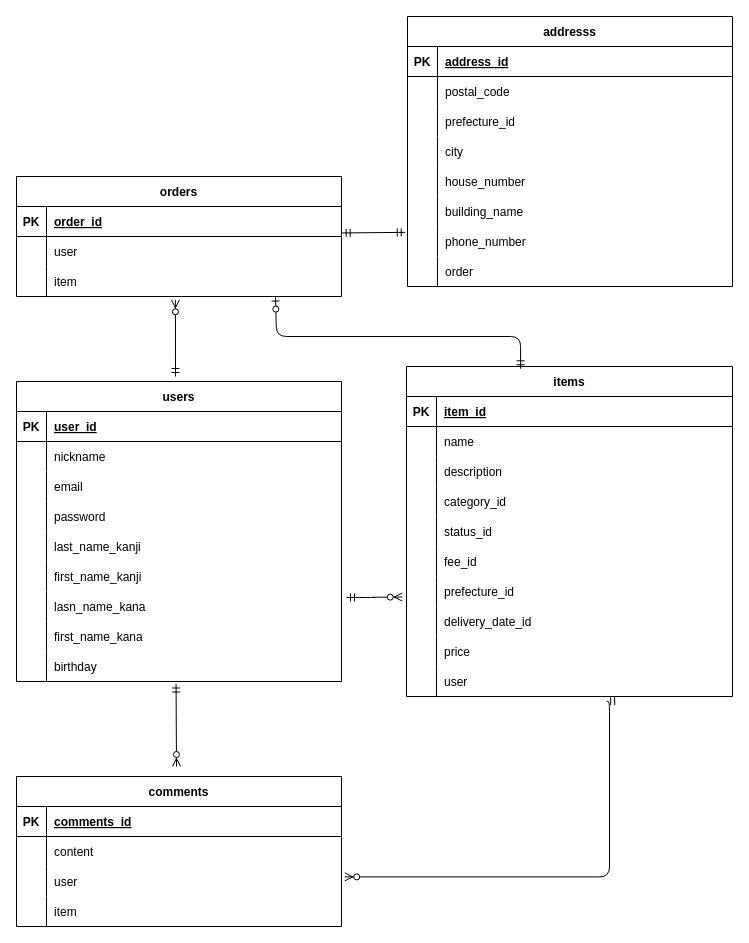
yuuuuki15/furima-38173 keeps this draw.io diagram as er.dio. Above is the earlier version. Source tidied: cells renumbered, new cells numbered last; positions are measured from the earlier drawing's top-left corner, leaving out a move shared by most shapes. Both pictures are drawn from the tidied source at 100%, with x=0, y=0 at pixel (16, 16).
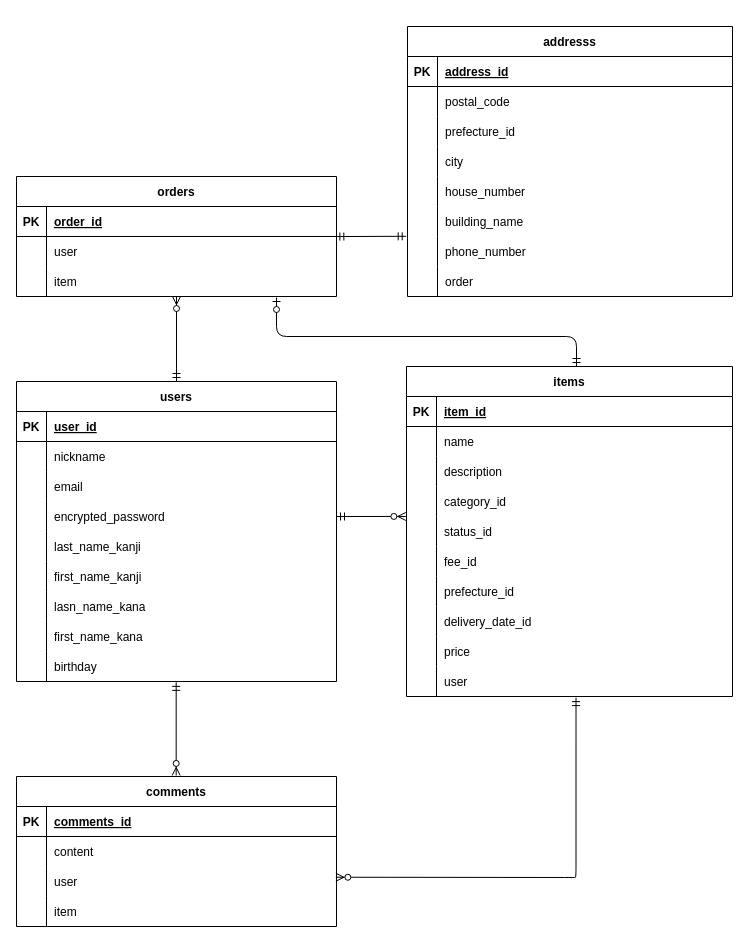
After the change.

Commit message:
レビューの修正3

Unchanged cells that the change refers to:
```xml
<mxCell id="30" value="items" style="shape=table;startSize=30;childLayout=tableLayout;rowLines=0;fontStyle=1;align=center;labelBorderColor=none;" parent="1" vertex="1">
  <mxGeometry x="390" y="350" width="326" height="330" as="geometry" />
</mxCell>
<mxCell id="40" style="shape=partialRectangle;fillColor=none;top=0;left=0;bottom=0;right=0;points=[[0,0.5],[1,0.5]];portConstraint=eastwest;labelBorderColor=none;" parent="30" vertex="1">
  <mxGeometry y="120" width="326" height="30" as="geometry" />
</mxCell>
<mxCell id="49" style="shape=partialRectangle;fillColor=none;top=0;left=0;bottom=0;right=0;points=[[0,0.5],[1,0.5]];portConstraint=eastwest;labelBorderColor=none;" parent="30" vertex="1">
  <mxGeometry y="210" width="326" height="30" as="geometry" />
</mxCell>
<mxCell id="58" style="shape=partialRectangle;fillColor=none;top=0;left=0;bottom=0;right=0;points=[[0,0.5],[1,0.5]];portConstraint=eastwest;labelBorderColor=none;" parent="30" vertex="1">
  <mxGeometry y="300" width="326" height="30" as="geometry" />
</mxCell>
<mxCell id="103" style="shape=partialRectangle;fillColor=none;top=0;left=0;bottom=0;right=0;points=[[0,0.5],[1,0.5]];portConstraint=eastwest;labelBorderColor=none;" parent="84" vertex="1">
  <mxGeometry y="210" width="325" height="30" as="geometry" />
</mxCell>
```

Change to the diagram source:
```diff
@@
     <mxCell id="2" value="users" style="shape=table;startSize=30;childLayout=tableLayout;rowLines=0;fontStyle=1;align=center;labelBorderColor=none;" parent="1" vertex="1">
-      <mxGeometry y="365" width="325" height="300" as="geometry" />
+      <mxGeometry y="365" width="320" height="300" as="geometry" />
     </mxCell>
     <mxCell id="3" style="shape=partialRectangle;fillColor=none;top=0;left=0;bottom=1;right=0;labelBorderColor=none;" parent="2" vertex="1">
-      <mxGeometry y="30" width="325" height="30" as="geometry" />
+      <mxGeometry y="30" width="320" height="30" as="geometry" />
     </mxCell>
@@
     <mxCell id="5" value="user_id" style="shape=partialRectangle;fillColor=none;top=0;left=0;bottom=0;right=0;align=left;spacingLeft=6;fontStyle=5;overflow=hidden;labelBorderColor=none;" parent="3" vertex="1">
-      <mxGeometry x="30" width="295" height="30" as="geometry" />
+      <mxGeometry x="30" width="290" height="30" as="geometry" />
     </mxCell>
     <mxCell id="6" style="shape=partialRectangle;fillColor=none;top=0;left=0;bottom=0;right=0;labelBorderColor=none;" parent="2" vertex="1">
-      <mxGeometry y="60" width="325" height="30" as="geometry" />
+      <mxGeometry y="60" width="320" height="30" as="geometry" />
     </mxCell>
@@
     <mxCell id="8" value="nickname " style="shape=partialRectangle;fillColor=none;top=0;left=0;bottom=0;right=0;align=left;spacingLeft=6;overflow=hidden;labelBorderColor=none;" parent="6" vertex="1">
-      <mxGeometry x="30" width="295" height="30" as="geometry" />
+      <mxGeometry x="30" width="290" height="30" as="geometry" />
     </mxCell>
     <mxCell id="9" style="shape=partialRectangle;fillColor=none;top=0;left=0;bottom=0;right=0;labelBorderColor=none;" parent="2" vertex="1">
-      <mxGeometry y="90" width="325" height="30" as="geometry" />
+      <mxGeometry y="90" width="320" height="30" as="geometry" />
     </mxCell>
@@
     <mxCell id="11" value="email" style="shape=partialRectangle;fillColor=none;top=0;left=0;bottom=0;right=0;align=left;spacingLeft=6;overflow=hidden;labelBorderColor=none;" parent="9" vertex="1">
-      <mxGeometry x="30" width="295" height="30" as="geometry" />
+      <mxGeometry x="30" width="290" height="30" as="geometry" />
     </mxCell>
     <mxCell id="12" style="shape=partialRectangle;fillColor=none;top=0;left=0;bottom=0;right=0;points=[[0,0.5],[1,0.5]];portConstraint=eastwest;labelBorderColor=none;" parent="2" vertex="1">
-      <mxGeometry y="120" width="325" height="30" as="geometry" />
+      <mxGeometry y="120" width="320" height="30" as="geometry" />
     </mxCell>
@@
-    <mxCell id="14" value="password" style="shape=partialRectangle;fillColor=none;top=0;left=0;bottom=0;right=0;align=left;spacingLeft=6;overflow=hidden;labelBorderColor=none;" parent="12" vertex="1">
-      <mxGeometry x="30" width="295" height="30" as="geometry" />
+    <mxCell id="14" value="encrypted_password" style="shape=partialRectangle;fillColor=none;top=0;left=0;bottom=0;right=0;align=left;spacingLeft=6;overflow=hidden;labelBorderColor=none;" parent="12" vertex="1">
+      <mxGeometry x="30" width="290" height="30" as="geometry" />
     </mxCell>
     <mxCell id="15" style="shape=partialRectangle;fillColor=none;top=0;left=0;bottom=0;right=0;labelBorderColor=none;" parent="2" vertex="1">
-      <mxGeometry y="150" width="325" height="30" as="geometry" />
+      <mxGeometry y="150" width="320" height="30" as="geometry" />
     </mxCell>
@@
     <mxCell id="17" value="last_name_kanji" style="shape=partialRectangle;fillColor=none;top=0;left=0;bottom=0;right=0;align=left;spacingLeft=6;overflow=hidden;labelBorderColor=none;" parent="15" vertex="1">
-      <mxGeometry x="30" width="295" height="30" as="geometry" />
+      <mxGeometry x="30" width="290" height="30" as="geometry" />
     </mxCell>
     <mxCell id="18" style="shape=partialRectangle;fillColor=none;top=0;left=0;bottom=0;right=0;labelBorderColor=none;" parent="2" vertex="1">
-      <mxGeometry y="180" width="325" height="30" as="geometry" />
+      <mxGeometry y="180" width="320" height="30" as="geometry" />
     </mxCell>
@@
     <mxCell id="20" value="first_name_kanji " style="shape=partialRectangle;fillColor=none;top=0;left=0;bottom=0;right=0;align=left;spacingLeft=6;overflow=hidden;labelBorderColor=none;" parent="18" vertex="1">
-      <mxGeometry x="30" width="295" height="30" as="geometry" />
+      <mxGeometry x="30" width="290" height="30" as="geometry" />
     </mxCell>
     <mxCell id="21" style="shape=partialRectangle;fillColor=none;top=0;left=0;bottom=0;right=0;labelBorderColor=none;" parent="2" vertex="1">
-      <mxGeometry y="210" width="325" height="30" as="geometry" />
+      <mxGeometry y="210" width="320" height="30" as="geometry" />
     </mxCell>
@@
     <mxCell id="23" value="lasn_name_kana" style="shape=partialRectangle;fillColor=none;top=0;left=0;bottom=0;right=0;align=left;spacingLeft=6;overflow=hidden;labelBorderColor=none;" parent="21" vertex="1">
-      <mxGeometry x="30" width="295" height="30" as="geometry" />
+      <mxGeometry x="30" width="290" height="30" as="geometry" />
     </mxCell>
     <mxCell id="24" style="shape=partialRectangle;fillColor=none;top=0;left=0;bottom=0;right=0;labelBorderColor=none;" parent="2" vertex="1">
-      <mxGeometry y="240" width="325" height="30" as="geometry" />
+      <mxGeometry y="240" width="320" height="30" as="geometry" />
     </mxCell>
@@
     <mxCell id="26" value="first_name_kana" style="shape=partialRectangle;fillColor=none;top=0;left=0;bottom=0;right=0;align=left;spacingLeft=6;overflow=hidden;labelBorderColor=none;" parent="24" vertex="1">
-      <mxGeometry x="30" width="295" height="30" as="geometry" />
+      <mxGeometry x="30" width="290" height="30" as="geometry" />
     </mxCell>
     <mxCell id="27" style="shape=partialRectangle;fillColor=none;top=0;left=0;bottom=0;right=0;points=[[0,0.5],[1,0.5]];portConstraint=eastwest;labelBorderColor=none;" parent="2" vertex="1">
-      <mxGeometry y="270" width="325" height="30" as="geometry" />
+      <mxGeometry y="270" width="320" height="30" as="geometry" />
     </mxCell>
@@
     <mxCell id="29" value="birthday" style="shape=partialRectangle;fillColor=none;top=0;left=0;bottom=0;right=0;align=left;spacingLeft=6;overflow=hidden;labelBorderColor=none;" parent="27" vertex="1">
-      <mxGeometry x="30" width="295" height="30" as="geometry" />
+      <mxGeometry x="30" width="290" height="30" as="geometry" />
     </mxCell>
@@
     <mxCell id="61" value="orders" style="shape=table;startSize=30;childLayout=tableLayout;rowLines=0;fontStyle=1;align=center;labelBorderColor=none;" parent="1" vertex="1">
-      <mxGeometry y="160" width="325" height="120" as="geometry" />
+      <mxGeometry y="160" width="320" height="120" as="geometry" />
     </mxCell>
     <mxCell id="62" style="shape=partialRectangle;fillColor=none;top=0;left=0;bottom=1;right=0;points=[[0,0.5],[1,0.5]];portConstraint=eastwest;labelBorderColor=none;" parent="61" vertex="1">
-      <mxGeometry y="30" width="325" height="30" as="geometry" />
+      <mxGeometry y="30" width="320" height="30" as="geometry" />
     </mxCell>
@@
     <mxCell id="64" value="order_id" style="shape=partialRectangle;fillColor=none;top=0;left=0;bottom=0;right=0;align=left;spacingLeft=6;fontStyle=5;overflow=hidden;labelBorderColor=none;" parent="62" vertex="1">
-      <mxGeometry x="30" width="295" height="30" as="geometry" />
+      <mxGeometry x="30" width="290" height="30" as="geometry" />
     </mxCell>
     <mxCell id="65" style="shape=partialRectangle;fillColor=none;top=0;left=0;bottom=0;right=0;labelBorderColor=none;" parent="61" vertex="1">
-      <mxGeometry y="60" width="325" height="30" as="geometry" />
+      <mxGeometry y="60" width="320" height="30" as="geometry" />
     </mxCell>
@@
     <mxCell id="67" value="user" style="shape=partialRectangle;fillColor=none;top=0;left=0;bottom=0;right=0;align=left;spacingLeft=6;overflow=hidden;labelBorderColor=none;" parent="65" vertex="1">
-      <mxGeometry x="30" width="295" height="30" as="geometry" />
+      <mxGeometry x="30" width="290" height="30" as="geometry" />
     </mxCell>
     <mxCell id="68" style="shape=partialRectangle;fillColor=none;top=0;left=0;bottom=0;right=0;points=[[0,0.5],[1,0.5]];portConstraint=eastwest;labelBorderColor=none;" parent="61" vertex="1">
-      <mxGeometry y="90" width="325" height="30" as="geometry" />
+      <mxGeometry y="90" width="320" height="30" as="geometry" />
     </mxCell>
@@
     <mxCell id="70" value="item" style="shape=partialRectangle;fillColor=none;top=0;left=0;bottom=0;right=0;align=left;spacingLeft=6;overflow=hidden;labelBorderColor=none;" parent="68" vertex="1">
-      <mxGeometry x="30" width="295" height="30" as="geometry" />
+      <mxGeometry x="30" width="290" height="30" as="geometry" />
     </mxCell>
     <mxCell id="71" value="comments" style="shape=table;startSize=30;childLayout=tableLayout;rowLines=0;fontStyle=1;align=center;labelBorderColor=none;" parent="1" vertex="1">
-      <mxGeometry y="760" width="325" height="150" as="geometry" />
+      <mxGeometry y="760" width="320" height="150" as="geometry" />
     </mxCell>
     <mxCell id="72" style="shape=partialRectangle;fillColor=none;top=0;left=0;bottom=1;right=0;labelBorderColor=none;" parent="71" vertex="1">
-      <mxGeometry y="30" width="325" height="30" as="geometry" />
+      <mxGeometry y="30" width="320" height="30" as="geometry" />
     </mxCell>
@@
     <mxCell id="74" value="comments_id" style="shape=partialRectangle;fillColor=none;top=0;left=0;bottom=0;right=0;align=left;spacingLeft=6;fontStyle=5;overflow=hidden;labelBorderColor=none;" parent="72" vertex="1">
-      <mxGeometry x="30" width="295" height="30" as="geometry" />
+      <mxGeometry x="30" width="290" height="30" as="geometry" />
     </mxCell>
     <mxCell id="75" style="shape=partialRectangle;fillColor=none;top=0;left=0;bottom=0;right=0;labelBorderColor=none;" parent="71" vertex="1">
-      <mxGeometry y="60" width="325" height="30" as="geometry" />
+      <mxGeometry y="60" width="320" height="30" as="geometry" />
     </mxCell>
@@
     <mxCell id="77" value="content" style="shape=partialRectangle;fillColor=none;top=0;left=0;bottom=0;right=0;align=left;spacingLeft=6;overflow=hidden;labelBorderColor=none;" parent="75" vertex="1">
-      <mxGeometry x="30" width="295" height="30" as="geometry" />
+      <mxGeometry x="30" width="290" height="30" as="geometry" />
     </mxCell>
     <mxCell id="78" style="shape=partialRectangle;fillColor=none;top=0;left=0;bottom=0;right=0;points=[[0,0.5],[1,0.5]];portConstraint=eastwest;labelBorderColor=none;" parent="71" vertex="1">
-      <mxGeometry y="90" width="325" height="30" as="geometry" />
+      <mxGeometry y="90" width="320" height="30" as="geometry" />
     </mxCell>
@@
     <mxCell id="80" value="user" style="shape=partialRectangle;fillColor=none;top=0;left=0;bottom=0;right=0;align=left;spacingLeft=6;overflow=hidden;labelBorderColor=none;" parent="78" vertex="1">
-      <mxGeometry x="30" width="295" height="30" as="geometry" />
+      <mxGeometry x="30" width="290" height="30" as="geometry" />
     </mxCell>
     <mxCell id="81" style="shape=partialRectangle;fillColor=none;top=0;left=0;bottom=0;right=0;labelBorderColor=none;" parent="71" vertex="1">
-      <mxGeometry y="120" width="325" height="30" as="geometry" />
+      <mxGeometry y="120" width="320" height="30" as="geometry" />
     </mxCell>
@@
     <mxCell id="83" value="item" style="shape=partialRectangle;fillColor=none;top=0;left=0;bottom=0;right=0;align=left;spacingLeft=6;overflow=hidden;labelBorderColor=none;" parent="81" vertex="1">
-      <mxGeometry x="30" width="295" height="30" as="geometry" />
+      <mxGeometry x="30" width="290" height="30" as="geometry" />
     </mxCell>
     <mxCell id="84" value="addresss" style="shape=table;startSize=30;childLayout=tableLayout;rowLines=0;fontStyle=1;align=center;labelBorderColor=none;" parent="1" vertex="1">
-      <mxGeometry x="391" width="325" height="270" as="geometry" />
+      <mxGeometry x="391" y="10" width="325" height="270" as="geometry" />
     </mxCell>
@@
-    <mxCell id="109" style="fontSize=12;html=1;endArrow=ERmandOne;startArrow=ERmandOne;exitX=1.002;exitY=0.882;exitDx=0;exitDy=0;exitPerimeter=0;entryX=-0.007;entryY=0.195;entryDx=0;entryDy=0;entryPerimeter=0;" parent="1" edge="1" source="62" target="103">
+    <mxCell id="109" style="fontSize=12;html=1;endArrow=ERmandOne;startArrow=ERmandOne;exitX=0.998;exitY=1.002;exitDx=0;exitDy=0;exitPerimeter=0;entryX=-0.004;entryY=-0.007;entryDx=0;entryDy=0;entryPerimeter=0;" parent="1" edge="1" source="62" target="103">
       <mxGeometry relative="1" as="geometry" />
     </mxCell>
-    <mxCell id="110" style="edgeStyle=orthogonalEdgeStyle;fontSize=12;html=1;endArrow=ERzeroToMany;startArrow=ERmandOne;entryX=1.01;entryY=0.346;entryDx=0;entryDy=0;entryPerimeter=0;exitX=0.614;exitY=1.158;exitDx=0;exitDy=0;exitPerimeter=0;" parent="1" edge="1" source="58" target="78">
+    <mxCell id="110" style="edgeStyle=orthogonalEdgeStyle;fontSize=12;html=1;endArrow=ERzeroToMany;startArrow=ERmandOne;exitX=0.52;exitY=1.037;exitDx=0;exitDy=0;exitPerimeter=0;entryX=0.998;entryY=0.358;entryDx=0;entryDy=0;entryPerimeter=0;" parent="1" edge="1" source="58" target="78">
       <mxGeometry relative="1" as="geometry">
         <Array as="points">
-          <mxPoint x="593" y="685" />
-          <mxPoint x="593" y="860" />
+          <mxPoint x="560" y="861" />
+          <mxPoint x="558" y="861" />
         </Array>
       </mxGeometry>
     </mxCell>
-    <mxCell id="111" style="fontSize=12;html=1;endArrow=ERzeroToMany;startArrow=ERmandOne;exitX=0.491;exitY=1.083;exitDx=0;exitDy=0;exitPerimeter=0;" parent="1" edge="1" source="27">
-      <mxGeometry relative="1" as="geometry">
-        <mxPoint x="160" y="750" as="targetPoint" />
-      </mxGeometry>
+    <mxCell id="111" style="fontSize=12;html=1;endArrow=ERzeroToMany;startArrow=ERmandOne;entryX=0.499;entryY=-0.007;entryDx=0;entryDy=0;entryPerimeter=0;exitX=0.499;exitY=1.029;exitDx=0;exitDy=0;exitPerimeter=0;" parent="1" edge="1" source="27" target="71">
+      <mxGeometry relative="1" as="geometry" />
     </mxCell>
-    <mxCell id="112" style="edgeStyle=orthogonalEdgeStyle;fontSize=12;html=1;endArrow=ERzeroToOne;startArrow=ERmandOne;entryX=0.797;entryY=1.019;entryDx=0;entryDy=0;entryPerimeter=0;exitX=0.35;exitY=0.007;exitDx=0;exitDy=0;exitPerimeter=0;" parent="1" edge="1" source="30" target="68">
+    <mxCell id="112" style="edgeStyle=orthogonalEdgeStyle;fontSize=12;html=1;endArrow=ERzeroToOne;startArrow=ERmandOne;" parent="1" edge="1" source="30">
       <mxGeometry relative="1" as="geometry">
+        <mxPoint x="260" y="281" as="targetPoint" />
         <Array as="points">
-          <mxPoint x="504" y="320" />
+          <mxPoint x="560" y="320" />
           <mxPoint x="260" y="320" />
-          <mxPoint x="260" y="281" />
         </Array>
       </mxGeometry>
     </mxCell>
-    <mxCell id="113" style="fontSize=12;html=1;endArrow=ERzeroToMany;startArrow=ERmandOne;entryX=0.489;entryY=1.111;entryDx=0;entryDy=0;entryPerimeter=0;" parent="1" edge="1" target="68">
+    <mxCell id="113" style="fontSize=12;html=1;endArrow=ERzeroToMany;startArrow=ERmandOne;exitX=0.5;exitY=0;exitDx=0;exitDy=0;exitPerimeter=0;" parent="1" edge="1" source="2">
       <mxGeometry relative="1" as="geometry">
-        <mxPoint x="159" y="360" as="sourcePoint" />
+        <mxPoint x="160" y="280" as="targetPoint" />
       </mxGeometry>
     </mxCell>
-    <mxCell id="114" style="edgeStyle=entityRelationEdgeStyle;fontSize=12;html=1;endArrow=ERzeroToMany;startArrow=ERmandOne;entryX=-0.013;entryY=0.685;entryDx=0;entryDy=0;entryPerimeter=0;" parent="1" edge="1" target="49">
-      <mxGeometry relative="1" as="geometry">
-        <mxPoint x="330" y="581" as="sourcePoint" />
-      </mxGeometry>
+    <mxCell id="114" style="fontSize=12;html=1;endArrow=ERzeroToMany;startArrow=ERmandOne;entryX=-0.002;entryY=0.998;entryDx=0;entryDy=0;entryPerimeter=0;exitX=1;exitY=0.5;exitDx=0;exitDy=0;exitPerimeter=0;" parent="1" edge="1" source="12" target="40">
+      <mxGeometry relative="1" as="geometry" />
     </mxCell>
```
